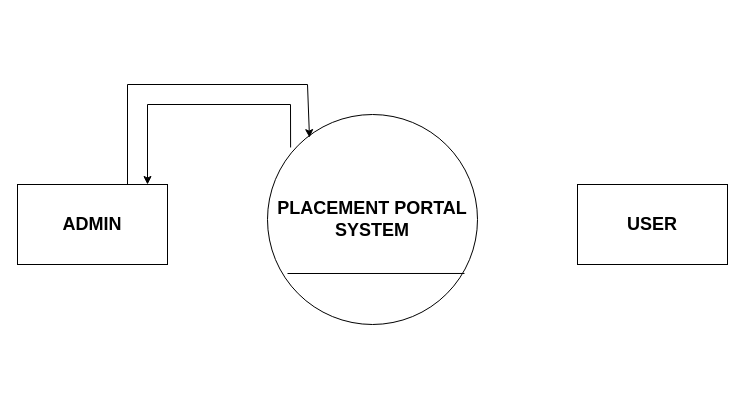
The draw.io diagram Untitled Diagram.drawio in shalulaha/Minor_Project, before the edit. Source tidied: cells renumbered, new cells numbered last; positions are measured from the earlier drawing's top-left corner, leaving out a move shared by most shapes. Both pictures are drawn from the tidied source at 100%, with x=0, y=0 at pixel (17, 84).
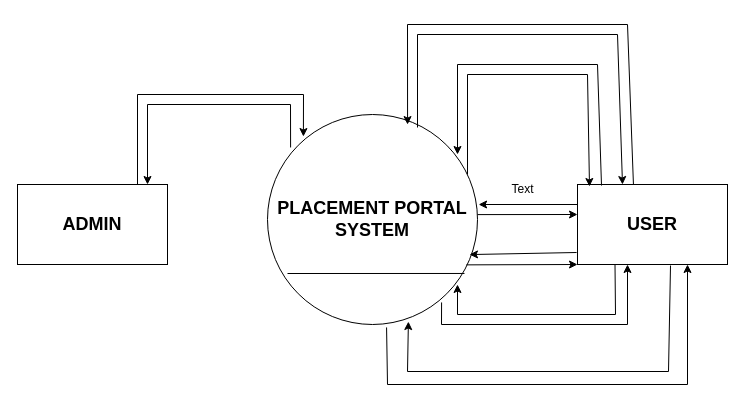
The same page after the edit.

The change refers to these unchanged cells:
```xml
<mxCell id="2" value="&lt;font style=&quot;font-size: 18px;&quot;&gt;&lt;b&gt;PLACEMENT PORTAL&lt;/b&gt;&lt;/font&gt;&lt;div&gt;&lt;font style=&quot;font-size: 18px;&quot;&gt;&lt;b&gt;SYSTEM&lt;/b&gt;&lt;/font&gt;&lt;/div&gt;" style="ellipse;whiteSpace=wrap;html=1;" parent="1" vertex="1">
  <mxGeometry x="250" y="30" width="210" height="210" as="geometry" />
</mxCell>
<mxCell id="5" value="&lt;b&gt;&lt;font style=&quot;font-size: 18px;&quot;&gt;USER&lt;/font&gt;&lt;/b&gt;" style="rounded=0;whiteSpace=wrap;html=1;" parent="1" vertex="1">
  <mxGeometry x="560" y="100" width="150" height="80" as="geometry" />
</mxCell>
```

Diff of the diagram source:
```diff
@@
-    <mxCell id="6" style="endArrow=classic;html=1;rounded=0;entryX=0.2;entryY=0.11;entryDx=0;entryDy=0;entryPerimeter=0;" parent="1" edge="1" target="2">
+    <mxCell id="6" style="endArrow=classic;html=1;rounded=0;entryX=0.171;entryY=0.105;entryDx=0;entryDy=0;entryPerimeter=0;" parent="1" edge="1" target="2">
       <mxGeometry relative="1" as="geometry">
-        <mxPoint x="110" y="100" as="sourcePoint" />
+        <mxPoint x="120" y="100" as="sourcePoint" />
         <Array as="points">
-          <mxPoint x="110" />
-          <mxPoint x="290" />
+          <mxPoint x="120" y="10" />
+          <mxPoint x="286" y="10" />
         </Array>
       </mxGeometry>
     </mxCell>
@@
+    <mxCell id="8" style="endArrow=classic;html=1;rounded=0;entryX=0.08;entryY=0.025;entryDx=0;entryDy=0;entryPerimeter=0;" parent="1" edge="1" target="5">
+      <mxGeometry relative="1" as="geometry">
+        <mxPoint x="450" y="90" as="sourcePoint" />
+        <Array as="points">
+          <mxPoint x="450" y="-10" />
+          <mxPoint x="570" y="-10" />
+        </Array>
+      </mxGeometry>
+    </mxCell>
+    <mxCell id="9" style="endArrow=classic;html=1;rounded=0;exitX=0.16;exitY=0.013;exitDx=0;exitDy=0;exitPerimeter=0;" parent="1" edge="1" source="5">
+      <mxGeometry relative="1" as="geometry">
+        <mxPoint x="440" y="70" as="targetPoint" />
+        <Array as="points">
+          <mxPoint x="580" y="-20" />
+          <mxPoint x="440" y="-20" />
+        </Array>
+      </mxGeometry>
+    </mxCell>
+    <mxCell id="10" style="endArrow=classic;html=1;rounded=0;exitX=0.373;exitY=0;exitDx=0;exitDy=0;exitPerimeter=0;entryX=0.667;entryY=0.048;entryDx=0;entryDy=0;entryPerimeter=0;" parent="1" edge="1" source="5" target="2">
+      <mxGeometry relative="1" as="geometry">
+        <Array as="points">
+          <mxPoint x="610" y="-60" />
+          <mxPoint x="390" y="-60" />
+        </Array>
+      </mxGeometry>
+    </mxCell>
+    <mxCell id="11" style="endArrow=classic;html=1;rounded=0;exitX=0.79;exitY=0.062;exitDx=0;exitDy=0;exitPerimeter=0;" parent="1" edge="1">
+      <mxGeometry relative="1" as="geometry">
+        <mxPoint x="400" y="43" as="sourcePoint" />
+        <mxPoint x="605" y="100" as="targetPoint" />
+        <Array as="points">
+          <mxPoint x="400" y="-50" />
+          <mxPoint x="600" y="-50" />
+        </Array>
+      </mxGeometry>
+    </mxCell>
+    <mxCell id="12" style="endArrow=classic;html=1;rounded=0;exitX=-0.007;exitY=0.1;exitDx=0;exitDy=0;exitPerimeter=0;" parent="1" edge="1">
+      <mxGeometry relative="1" as="geometry">
+        <mxPoint x="560" y="120" as="sourcePoint" />
+        <mxPoint x="461.1" y="120" as="targetPoint" />
+      </mxGeometry>
+    </mxCell>
+    <mxCell id="13" style="endArrow=classic;html=1;rounded=0;exitX=1;exitY=0.429;exitDx=0;exitDy=0;exitPerimeter=0;entryX=0;entryY=0.25;entryDx=0;entryDy=0;" parent="1" edge="1">
+      <mxGeometry relative="1" as="geometry">
+        <mxPoint x="460" y="130.1" as="sourcePoint" />
+        <mxPoint x="560" y="130" as="targetPoint" />
+      </mxGeometry>
+    </mxCell>
+    <mxCell id="14" style="endArrow=classic;html=1;rounded=0;exitX=0.25;exitY=1;exitDx=0;exitDy=0;" parent="1" edge="1" source="5">
+      <mxGeometry relative="1" as="geometry">
+        <mxPoint x="440" y="200" as="targetPoint" />
+        <Array as="points">
+          <mxPoint x="598" y="230" />
+          <mxPoint x="440" y="230" />
+        </Array>
+      </mxGeometry>
+    </mxCell>
+    <mxCell id="15" style="endArrow=classic;html=1;rounded=0;exitX=0.829;exitY=0.895;exitDx=0;exitDy=0;exitPerimeter=0;" parent="1" edge="1" source="2">
+      <mxGeometry relative="1" as="geometry">
+        <mxPoint x="610" y="180" as="targetPoint" />
+        <Array as="points">
+          <mxPoint x="424" y="240" />
+          <mxPoint x="610" y="240" />
+        </Array>
+      </mxGeometry>
+    </mxCell>
+    <mxCell id="16" style="endArrow=classic;html=1;rounded=0;exitX=0.62;exitY=1.013;exitDx=0;exitDy=0;exitPerimeter=0;entryX=0.671;entryY=0.986;entryDx=0;entryDy=0;entryPerimeter=0;" parent="1" edge="1" source="5" target="2">
+      <mxGeometry relative="1" as="geometry">
+        <Array as="points">
+          <mxPoint x="651" y="287" />
+          <mxPoint x="390" y="287" />
+        </Array>
+      </mxGeometry>
+    </mxCell>
+    <mxCell id="17" style="endArrow=classic;html=1;rounded=0;exitX=0.567;exitY=1.014;exitDx=0;exitDy=0;exitPerimeter=0;" parent="1" edge="1" source="2">
+      <mxGeometry relative="1" as="geometry">
+        <mxPoint x="670" y="180" as="targetPoint" />
+        <Array as="points">
+          <mxPoint x="370" y="300" />
+          <mxPoint x="670" y="300" />
+        </Array>
+      </mxGeometry>
+    </mxCell>
+    <mxCell id="18" value="Text" style="text;html=1;align=center;verticalAlign=middle;strokeColor=none;fillColor=none;" parent="1" vertex="1">
+      <mxGeometry x="480" y="90" width="50" height="30" as="geometry" />
+    </mxCell>
+    <mxCell id="19" style="endArrow=classic;html=1;rounded=0;exitX=-0.006;exitY=0.85;exitDx=0;exitDy=0;exitPerimeter=0;entryX=0.962;entryY=0.667;entryDx=0;entryDy=0;entryPerimeter=0;" parent="1" edge="1" source="5" target="2">
+      <mxGeometry relative="1" as="geometry" />
+    </mxCell>
+    <mxCell id="20" style="endArrow=classic;html=1;rounded=0;exitX=0.947;exitY=0.716;exitDx=0;exitDy=0;exitPerimeter=0;" parent="1" edge="1" source="2">
+      <mxGeometry relative="1" as="geometry">
+        <mxPoint x="560" y="180" as="targetPoint" />
+      </mxGeometry>
+    </mxCell>
```
